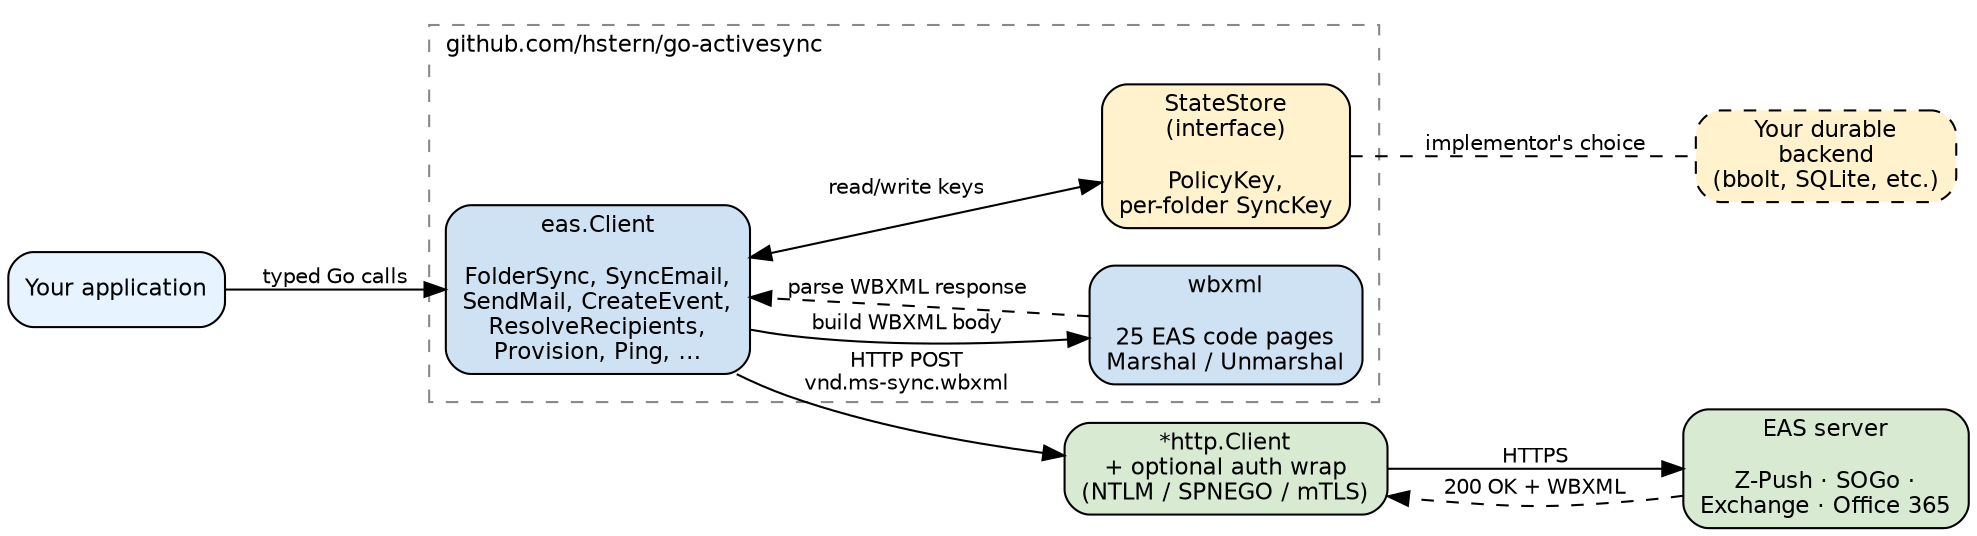
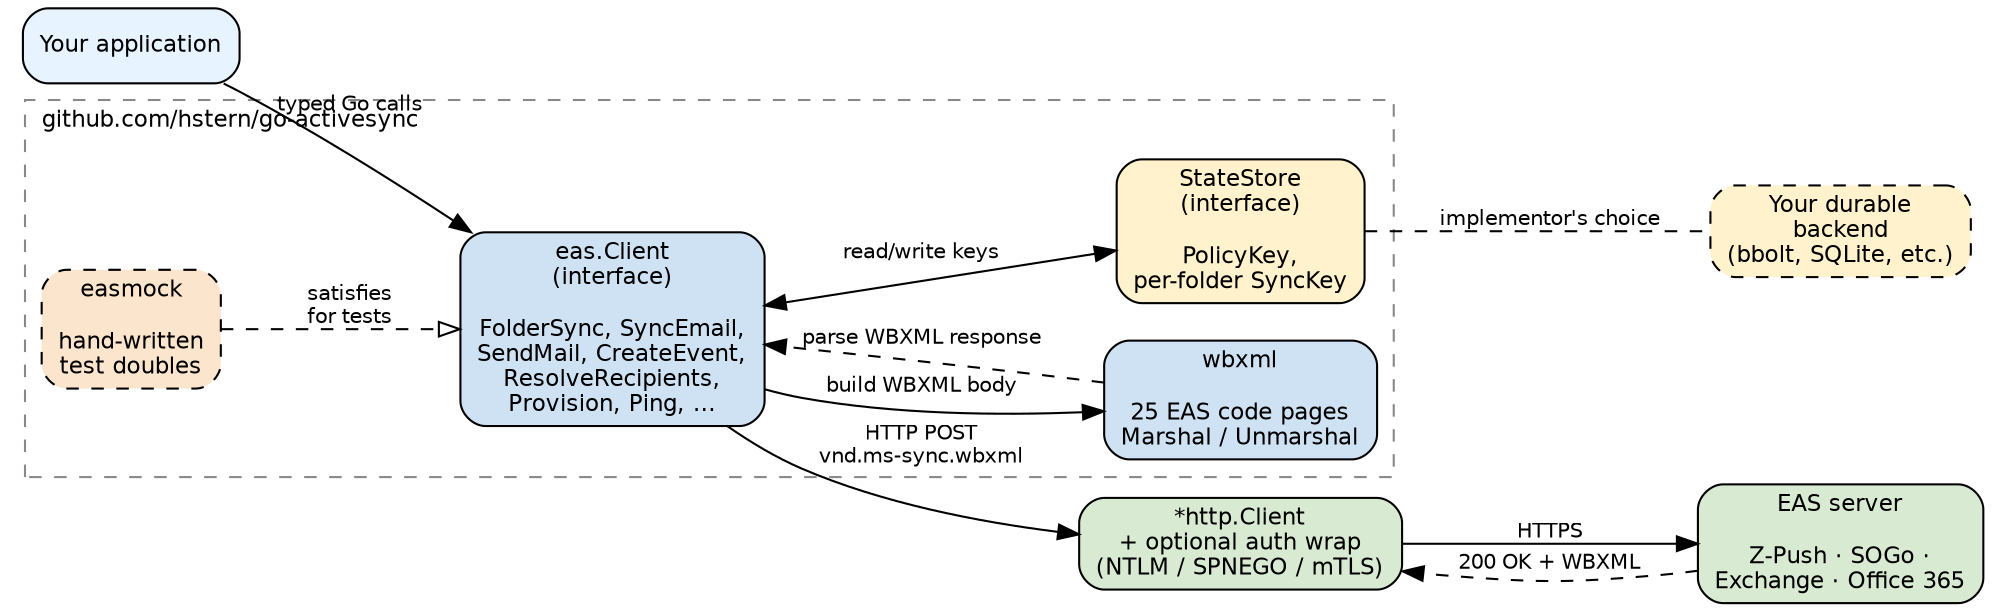
// Copyright (C) 2026 Henry Stern
// SPDX-License-Identifier: MIT

// go-activesync architecture: how a caller's command flows through the
// library to an EAS server and back. Render: dot -Tsvg architecture.dot -o architecture.svg
digraph architecture {
    rankdir=LR;
    bgcolor="white";
    node [fontname="Helvetica", fontsize=11, shape=box, style="rounded,filled"];
    edge [fontname="Helvetica", fontsize=10];

    caller [label="Your application", fillcolor="#e7f3fe"];

    subgraph cluster_lib {
        label="github.com/hstern/go-activesync";
        labeljust=l; fontname="Helvetica"; fontsize=11; color="#888888"; style=dashed;

-         eas    [label="eas.Client\n\nFolderSync, SyncEmail,\nSendMail, CreateEvent,\nResolveRecipients,\nProvision, Ping, …", fillcolor="#cfe2f3"];
-         wbxml  [label="wbxml\n\n25 EAS code pages\nMarshal / Unmarshal", fillcolor="#cfe2f3"];
-         state  [label="StateStore\n(interface)\n\nPolicyKey,\nper-folder SyncKey", fillcolor="#fff2cc"];
+         eas     [label="eas.Client\n(interface)\n\nFolderSync, SyncEmail,\nSendMail, CreateEvent,\nResolveRecipients,\nProvision, Ping, …", fillcolor="#cfe2f3"];
+         wbxml   [label="wbxml\n\n25 EAS code pages\nMarshal / Unmarshal", fillcolor="#cfe2f3"];
+         state   [label="StateStore\n(interface)\n\nPolicyKey,\nper-folder SyncKey", fillcolor="#fff2cc"];
+         easmock [label="easmock\n\nhand-written\ntest doubles", fillcolor="#fce5cd", style="rounded,filled,dashed"];
    }

    transport [label="*http.Client\n+ optional auth wrap\n(NTLM / SPNEGO / mTLS)", fillcolor="#d9ead3"];
    server    [label="EAS server\n\nZ-Push · SOGo ·\nExchange · Office 365", fillcolor="#d9ead3"];
    store     [label="Your durable\nbackend\n(bbolt, SQLite, etc.)", fillcolor="#fff2cc", style="rounded,filled,dashed"];

    caller -> eas [label="typed Go calls"];
    eas -> wbxml [label="build WBXML body"];
    wbxml -> eas [label="parse WBXML response", style=dashed];
    eas -> transport [label="HTTP POST\nvnd.ms-sync.wbxml"];
    transport -> server [label="HTTPS"];
    server -> transport [label="200 OK + WBXML", style=dashed];

    eas -> state [label="read/write keys", arrowhead=normal, dir=both];
    state -> store [label="implementor's choice", style=dashed, arrowhead=none];
+ 
+     easmock -> eas [label="satisfies\nfor tests", style=dashed, arrowhead=onormal];
}
